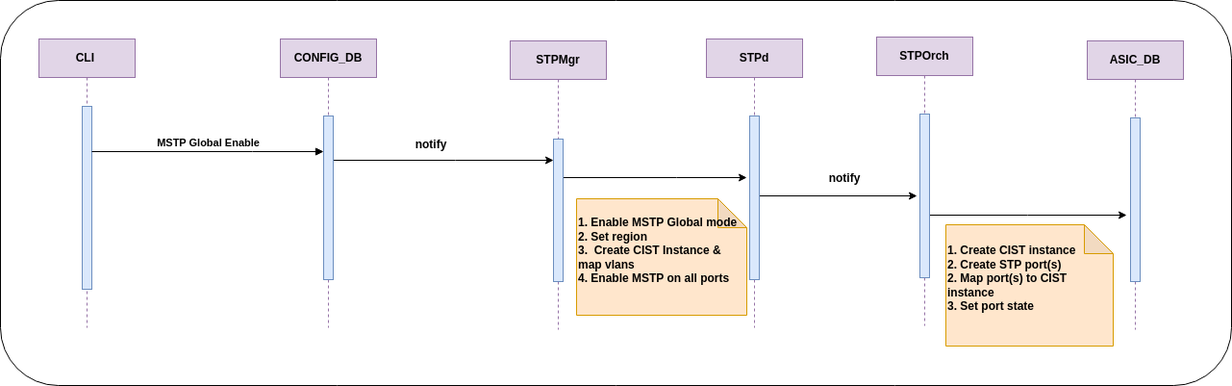
Above: doc/MSTP/images/MSTP_GLobal_enable.drawio.png in sonic-net/SONiC (draw.io), before the change. Source tidied: cells renumbered, new cells last; positions are measured from the earlier drawing's top-left corner, leaving out a move shared by most shapes.
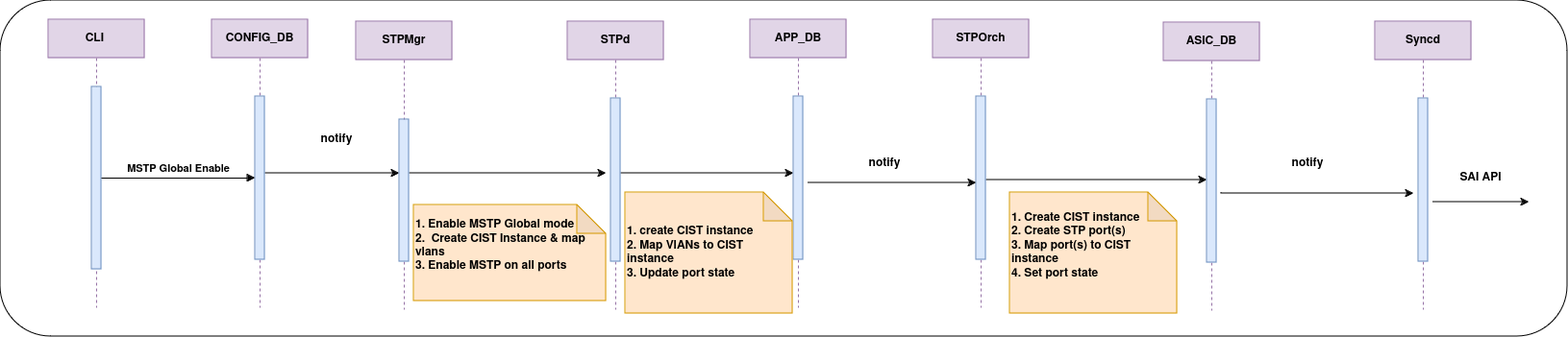
The same file after the commit.

Change to the diagram source:
```diff
@@ -3,7 +3,7 @@
     <mxCell id="0" />
     <mxCell id="1" parent="0" />
     <mxCell id="2" style="rounded=1;whiteSpace=wrap;html=1;" parent="1" vertex="1">
-      <mxGeometry width="1280" height="400" as="geometry" />
+      <mxGeometry x="-10" y="20" width="1630" height="350" as="geometry" />
     </mxCell>
     <mxCell id="3" value="CLI&amp;nbsp;" style="shape=umlLifeline;perimeter=lifelinePerimeter;whiteSpace=wrap;html=1;newEdgeStyle={&quot;edgeStyle&quot;:&quot;elbowEdgeStyle&quot;,&quot;elbow&quot;:&quot;vertical&quot;,&quot;curved&quot;:0,&quot;rounded&quot;:0};fillColor=#e1d5e7;strokeColor=#9673a6;fontStyle=1;" parent="1" vertex="1">
       <mxGeometry x="40" y="40" width="100" height="300" as="geometry" />
@@ -14,12 +14,13 @@
     <mxCell id="5" style="edgeStyle=elbowEdgeStyle;rounded=0;jettySize=auto;html=1;elbow=vertical;curved=0;fontStyle=1;" parent="1" edge="1" source="6" target="11">
       <mxGeometry relative="1" as="geometry">
         <Array as="points">
+          <mxPoint x="390" y="200" />
           <mxPoint x="473" y="166" />
         </Array>
       </mxGeometry>
     </mxCell>
     <mxCell id="6" value="CONFIG_DB" style="shape=umlLifeline;perimeter=lifelinePerimeter;whiteSpace=wrap;html=1;outlineConnect=0;portConstraint=eastwest;newEdgeStyle={&quot;edgeStyle&quot;:&quot;elbowEdgeStyle&quot;,&quot;elbow&quot;:&quot;vertical&quot;,&quot;curved&quot;:0,&quot;rounded&quot;:0};fillColor=#e1d5e7;strokeColor=#9673a6;fontStyle=1;" parent="1" vertex="1">
-      <mxGeometry x="291" y="40" width="100" height="300" as="geometry" />
+      <mxGeometry x="210" y="40" width="100" height="300" as="geometry" />
     </mxCell>
     <mxCell id="7" style="html=1;points=[];perimeter=orthogonalPerimeter;outlineConnect=0;targetShapes=umlLifeline;portConstraint=eastwest;newEdgeStyle={&quot;edgeStyle&quot;:&quot;elbowEdgeStyle&quot;,&quot;elbow&quot;:&quot;vertical&quot;,&quot;curved&quot;:0,&quot;rounded&quot;:0};fillColor=#dae8fc;strokeColor=#6c8ebf;fontStyle=1;" parent="6" vertex="1">
       <mxGeometry x="45" y="80" width="10" height="170" as="geometry" />
@@ -32,57 +33,95 @@
         </Array>
       </mxGeometry>
     </mxCell>
-    <mxCell id="9" style="edgeStyle=elbowEdgeStyle;rounded=0;jettySize=auto;html=1;elbow=vertical;curved=0;fontStyle=1;" parent="1" edge="1" source="10">
+    <mxCell id="9" style="edgeStyle=elbowEdgeStyle;rounded=0;jettySize=auto;html=1;elbow=vertical;curved=0;fontStyle=1;" parent="1" edge="1" source="11">
       <mxGeometry relative="1" as="geometry">
-        <mxPoint x="776" y="184" as="targetPoint" />
+        <mxPoint x="620" y="200" as="targetPoint" />
       </mxGeometry>
     </mxCell>
     <mxCell id="10" value="STPMgr" style="shape=umlLifeline;perimeter=lifelinePerimeter;whiteSpace=wrap;html=1;outlineConnect=0;portConstraint=eastwest;newEdgeStyle={&quot;edgeStyle&quot;:&quot;elbowEdgeStyle&quot;,&quot;elbow&quot;:&quot;vertical&quot;,&quot;curved&quot;:0,&quot;rounded&quot;:0};fillColor=#e1d5e7;strokeColor=#9673a6;fontStyle=1;" parent="1" vertex="1">
-      <mxGeometry x="530" y="42" width="100" height="300" as="geometry" />
+      <mxGeometry x="360" y="42" width="100" height="300" as="geometry" />
     </mxCell>
     <mxCell id="11" style="html=1;points=[];perimeter=orthogonalPerimeter;outlineConnect=0;targetShapes=umlLifeline;portConstraint=eastwest;newEdgeStyle={&quot;edgeStyle&quot;:&quot;elbowEdgeStyle&quot;,&quot;elbow&quot;:&quot;vertical&quot;,&quot;curved&quot;:0,&quot;rounded&quot;:0};fillColor=#dae8fc;strokeColor=#6c8ebf;fontStyle=1;" parent="10" vertex="1">
       <mxGeometry x="45" y="102" width="10" height="148" as="geometry" />
     </mxCell>
-    <mxCell id="12" style="edgeStyle=elbowEdgeStyle;rounded=0;jettySize=auto;html=1;elbow=vertical;curved=0;fontStyle=1;" parent="1" edge="1" source="13">
+    <mxCell id="12" style="edgeStyle=elbowEdgeStyle;rounded=0;jettySize=auto;html=1;elbow=vertical;curved=0;fontStyle=1;" parent="1" edge="1" source="14">
       <mxGeometry relative="1" as="geometry">
-        <mxPoint x="953" y="203" as="targetPoint" />
+        <mxPoint x="815" y="200" as="targetPoint" />
       </mxGeometry>
     </mxCell>
     <mxCell id="13" value="STPd" style="shape=umlLifeline;perimeter=lifelinePerimeter;whiteSpace=wrap;html=1;outlineConnect=0;portConstraint=eastwest;newEdgeStyle={&quot;edgeStyle&quot;:&quot;elbowEdgeStyle&quot;,&quot;elbow&quot;:&quot;vertical&quot;,&quot;curved&quot;:0,&quot;rounded&quot;:0};fillColor=#e1d5e7;strokeColor=#9673a6;fontStyle=1;" parent="1" vertex="1">
-      <mxGeometry x="734" y="40" width="100" height="300" as="geometry" />
+      <mxGeometry x="580" y="42" width="100" height="300" as="geometry" />
     </mxCell>
     <mxCell id="14" style="html=1;points=[];perimeter=orthogonalPerimeter;outlineConnect=0;targetShapes=umlLifeline;portConstraint=eastwest;newEdgeStyle={&quot;edgeStyle&quot;:&quot;elbowEdgeStyle&quot;,&quot;elbow&quot;:&quot;vertical&quot;,&quot;curved&quot;:0,&quot;rounded&quot;:0};fillColor=#dae8fc;strokeColor=#6c8ebf;fontStyle=1;" parent="13" vertex="1">
       <mxGeometry x="45" y="80" width="10" height="170" as="geometry" />
     </mxCell>
-    <mxCell id="15" style="edgeStyle=elbowEdgeStyle;rounded=0;orthogonalLoop=1;jettySize=auto;html=1;elbow=vertical;curved=0;fontStyle=1;" parent="1" edge="1">
-      <mxGeometry relative="1" as="geometry">
-        <mxPoint x="965" y="223" as="sourcePoint" />
-        <mxPoint x="1171" y="223" as="targetPoint" />
-      </mxGeometry>
+    <mxCell id="15" style="edgeStyle=elbowEdgeStyle;rounded=0;jettySize=auto;html=1;elbow=vertical;curved=0;fontStyle=1;" parent="1" edge="1" source="17" target="30">
+      <mxGeometry relative="1" as="geometry" />
     </mxCell>
     <mxCell id="16" value="STPOrch" style="shape=umlLifeline;perimeter=lifelinePerimeter;whiteSpace=wrap;html=1;newEdgeStyle={&quot;edgeStyle&quot;:&quot;elbowEdgeStyle&quot;,&quot;elbow&quot;:&quot;vertical&quot;,&quot;curved&quot;:0,&quot;rounded&quot;:0};fillColor=#e1d5e7;strokeColor=#9673a6;fontStyle=1;" parent="1" vertex="1">
-      <mxGeometry x="911" y="38" width="100" height="300" as="geometry" />
+      <mxGeometry x="960" y="40" width="100" height="300" as="geometry" />
     </mxCell>
     <mxCell id="17" style="html=1;points=[];perimeter=orthogonalPerimeter;outlineConnect=0;targetShapes=umlLifeline;portConstraint=eastwest;newEdgeStyle={&quot;edgeStyle&quot;:&quot;elbowEdgeStyle&quot;,&quot;elbow&quot;:&quot;vertical&quot;,&quot;curved&quot;:0,&quot;rounded&quot;:0};fillColor=#dae8fc;strokeColor=#6c8ebf;fontStyle=1;" parent="16" vertex="1">
       <mxGeometry x="45" y="80" width="10" height="170" as="geometry" />
     </mxCell>
-    <mxCell id="18" value="ASIC_DB" style="shape=umlLifeline;perimeter=lifelinePerimeter;whiteSpace=wrap;html=1;newEdgeStyle={&quot;edgeStyle&quot;:&quot;elbowEdgeStyle&quot;,&quot;elbow&quot;:&quot;vertical&quot;,&quot;curved&quot;:0,&quot;rounded&quot;:0};fillColor=#e1d5e7;strokeColor=#9673a6;fontStyle=1;" parent="1" vertex="1">
-      <mxGeometry x="1130" y="42" width="100" height="300" as="geometry" />
+    <mxCell id="18" value="Syncd" style="shape=umlLifeline;perimeter=lifelinePerimeter;whiteSpace=wrap;html=1;newEdgeStyle={&quot;edgeStyle&quot;:&quot;elbowEdgeStyle&quot;,&quot;elbow&quot;:&quot;vertical&quot;,&quot;curved&quot;:0,&quot;rounded&quot;:0};fillColor=#e1d5e7;strokeColor=#9673a6;fontStyle=1;" parent="1" vertex="1">
+      <mxGeometry x="1420" y="42" width="100" height="300" as="geometry" />
     </mxCell>
     <mxCell id="19" style="html=1;perimeter=orthogonalPerimeter;targetShapes=umlLifeline;newEdgeStyle={&quot;edgeStyle&quot;:&quot;elbowEdgeStyle&quot;,&quot;elbow&quot;:&quot;vertical&quot;,&quot;curved&quot;:0,&quot;rounded&quot;:0};fillColor=#dae8fc;strokeColor=#6c8ebf;fontStyle=1;" parent="18" vertex="1">
       <mxGeometry x="45" y="80" width="10" height="170" as="geometry" />
     </mxCell>
     <mxCell id="20" value="notify" style="text;html=1;align=center;verticalAlign=middle;whiteSpace=wrap;rounded=0;fontStyle=1;" parent="1" vertex="1">
-      <mxGeometry x="418" y="135" width="60" height="30" as="geometry" />
+      <mxGeometry x="310" y="150" width="60" height="30" as="geometry" />
     </mxCell>
-    <mxCell id="21" value="&lt;span style=&quot;font-family: Helvetica, &amp;quot;VP Default&amp;quot;;&quot;&gt;1. Enable MSTP Global mode&amp;nbsp; 2. Set region&amp;nbsp; &amp;nbsp; &amp;nbsp; &amp;nbsp; &amp;nbsp; &amp;nbsp; &amp;nbsp; &amp;nbsp; &amp;nbsp; &amp;nbsp; &amp;nbsp; &amp;nbsp; &amp;nbsp; &amp;nbsp;&amp;nbsp;&lt;/span&gt;&lt;div&gt;&lt;span style=&quot;font-family: Helvetica, &amp;quot;VP Default&amp;quot;;&quot;&gt;3.&amp;nbsp; Create CIST Instance &amp;amp; map vlans&amp;nbsp;&amp;nbsp;&lt;/span&gt;&lt;/div&gt;&lt;div&gt;&lt;span style=&quot;font-family: Helvetica, &amp;quot;VP Default&amp;quot;;&quot;&gt;4. Enable MSTP on all ports&amp;nbsp; &amp;nbsp; &amp;nbsp; &amp;nbsp; &amp;nbsp; &amp;nbsp; &amp;nbsp; &amp;nbsp; &amp;nbsp; &amp;nbsp; &amp;nbsp; &amp;nbsp; &amp;nbsp; &amp;nbsp; &amp;nbsp; &amp;nbsp; &amp;nbsp; &amp;nbsp; &amp;nbsp; &amp;nbsp; &amp;nbsp; &amp;nbsp; &amp;nbsp; &amp;nbsp;&lt;/span&gt;&lt;/div&gt;" style="shape=note;whiteSpace=wrap;html=1;backgroundOutline=1;darkOpacity=0.05;align=left;fillColor=#ffe6cc;strokeColor=#d79b00;fontStyle=1;" parent="1" vertex="1">
-      <mxGeometry x="599" y="206" width="177" height="121" as="geometry" />
+    <mxCell id="21" value="&lt;span style=&quot;font-family: Helvetica, &amp;quot;VP Default&amp;quot;;&quot;&gt;1. Enable MSTP Global mode&lt;/span&gt;&lt;span style=&quot;font-family: Helvetica, &amp;quot;VP Default&amp;quot;;&quot;&gt;&amp;nbsp;&amp;nbsp; &amp;nbsp; &amp;nbsp; &amp;nbsp;&amp;nbsp; &lt;/span&gt;&lt;br&gt;&lt;div&gt;&lt;div&gt;&lt;span style=&quot;font-family: Helvetica, &amp;quot;VP Default&amp;quot;;&quot;&gt;2.&amp;nbsp; Create CIST Instance &amp;amp; map vlans&amp;nbsp;&amp;nbsp;&lt;/span&gt;&lt;/div&gt;&lt;div&gt;&lt;span style=&quot;font-family: Helvetica, &amp;quot;VP Default&amp;quot;;&quot;&gt;3. Enable MSTP on all ports&amp;nbsp; &amp;nbsp; &amp;nbsp; &amp;nbsp; &amp;nbsp; &amp;nbsp; &amp;nbsp; &amp;nbsp; &amp;nbsp; &amp;nbsp; &amp;nbsp; &amp;nbsp; &amp;nbsp; &amp;nbsp; &amp;nbsp; &amp;nbsp; &amp;nbsp; &amp;nbsp; &amp;nbsp; &amp;nbsp; &amp;nbsp; &amp;nbsp; &amp;nbsp; &amp;nbsp;&lt;/span&gt;&lt;/div&gt;&lt;/div&gt;" style="shape=note;whiteSpace=wrap;html=1;backgroundOutline=1;darkOpacity=0.05;align=left;fillColor=#ffe6cc;strokeColor=#d79b00;fontStyle=1;" parent="1" vertex="1">
+      <mxGeometry x="420" y="233" width="200" height="100" as="geometry" />
     </mxCell>
-    <mxCell id="22" value="notify" style="text;html=1;align=center;verticalAlign=middle;whiteSpace=wrap;rounded=0;fontStyle=1;" parent="1" vertex="1">
-      <mxGeometry x="848" y="170" width="60" height="30" as="geometry" />
-    </mxCell>
-    <mxCell id="23" value="&lt;span style=&quot;font-family: Helvetica, &amp;quot;VP Default&amp;quot;;&quot;&gt;1. Create CIST instance&lt;/span&gt;&lt;div&gt;&lt;div&gt;&lt;span style=&quot;font-family: Helvetica, &amp;quot;VP Default&amp;quot;;&quot;&gt;2. Create STP port(s)&amp;nbsp; &amp;nbsp; &amp;nbsp; &amp;nbsp; &amp;nbsp; &amp;nbsp; &amp;nbsp; &amp;nbsp; 2. Map port(s) to CIST instance&amp;nbsp; &amp;nbsp; &amp;nbsp; &amp;nbsp; &amp;nbsp; &amp;nbsp; &amp;nbsp; &amp;nbsp; &amp;nbsp; &amp;nbsp; &amp;nbsp; &amp;nbsp; &amp;nbsp; &amp;nbsp; &amp;nbsp; &amp;nbsp; &amp;nbsp; &amp;nbsp; 3. Set port state&amp;nbsp; &amp;nbsp; &amp;nbsp; &amp;nbsp; &amp;nbsp; &amp;nbsp; &amp;nbsp; &amp;nbsp; &amp;nbsp; &amp;nbsp; &amp;nbsp; &amp;nbsp; &amp;nbsp; &amp;nbsp; &amp;nbsp; &amp;nbsp; &amp;nbsp; &amp;nbsp; &amp;nbsp; &amp;nbsp;&amp;nbsp;&lt;/span&gt;&lt;/div&gt;&lt;/div&gt;" style="shape=note;whiteSpace=wrap;html=1;backgroundOutline=1;darkOpacity=0.05;align=left;fillColor=#ffe6cc;strokeColor=#d79b00;fontStyle=1;" parent="1" vertex="1">
-      <mxGeometry x="983" y="233" width="174" height="126" as="geometry" />
+    <mxCell id="23" value="&lt;span style=&quot;font-family: Helvetica, &amp;quot;VP Default&amp;quot;;&quot;&gt;1. Create CIST instance&lt;/span&gt;&lt;div&gt;&lt;div&gt;&lt;span style=&quot;font-family: Helvetica, &amp;quot;VP Default&amp;quot;;&quot;&gt;2. Create STP port(s)&amp;nbsp; &amp;nbsp; &amp;nbsp; &amp;nbsp; &amp;nbsp; &amp;nbsp; &amp;nbsp; &amp;nbsp; 3. Map port(s) to CIST instance&amp;nbsp; &amp;nbsp; &amp;nbsp; &amp;nbsp; &amp;nbsp; &amp;nbsp; &amp;nbsp; &amp;nbsp; &amp;nbsp; &amp;nbsp; &amp;nbsp; &amp;nbsp; &amp;nbsp; &amp;nbsp; &amp;nbsp; &amp;nbsp; &amp;nbsp; &amp;nbsp; 4. Set port state&amp;nbsp; &amp;nbsp; &amp;nbsp; &amp;nbsp; &amp;nbsp; &amp;nbsp; &amp;nbsp; &amp;nbsp; &amp;nbsp; &amp;nbsp; &amp;nbsp; &amp;nbsp; &amp;nbsp; &amp;nbsp; &amp;nbsp; &amp;nbsp; &amp;nbsp; &amp;nbsp; &amp;nbsp; &amp;nbsp;&amp;nbsp;&lt;/span&gt;&lt;/div&gt;&lt;/div&gt;" style="shape=note;whiteSpace=wrap;html=1;backgroundOutline=1;darkOpacity=0.05;align=left;fillColor=#ffe6cc;strokeColor=#d79b00;fontStyle=1;" parent="1" vertex="1">
+      <mxGeometry x="1040" y="220" width="174" height="126" as="geometry" />
     </mxCell>
+    <mxCell id="24" style="edgeStyle=elbowEdgeStyle;rounded=0;jettySize=auto;html=1;elbow=vertical;curved=0;fontStyle=1;" parent="1" edge="1" target="17">
+      <mxGeometry relative="1" as="geometry">
+        <mxPoint x="830" y="210" as="sourcePoint" />
+        <Array as="points">
+          <mxPoint x="840" y="210" />
+        </Array>
+      </mxGeometry>
+    </mxCell>
+    <mxCell id="25" value="notify" style="text;html=1;align=center;verticalAlign=middle;whiteSpace=wrap;rounded=0;fontStyle=1;" parent="1" vertex="1">
+      <mxGeometry x="880" y="175" width="60" height="30" as="geometry" />
+    </mxCell>
+    <mxCell id="26" value="APP_DB" style="shape=umlLifeline;perimeter=lifelinePerimeter;whiteSpace=wrap;html=1;newEdgeStyle={&quot;edgeStyle&quot;:&quot;elbowEdgeStyle&quot;,&quot;elbow&quot;:&quot;vertical&quot;,&quot;curved&quot;:0,&quot;rounded&quot;:0};fillColor=#e1d5e7;strokeColor=#9673a6;fontStyle=1;" parent="1" vertex="1">
+      <mxGeometry x="770" y="40" width="100" height="300" as="geometry" />
+    </mxCell>
+    <mxCell id="27" style="html=1;perimeter=orthogonalPerimeter;targetShapes=umlLifeline;newEdgeStyle={&quot;edgeStyle&quot;:&quot;elbowEdgeStyle&quot;,&quot;elbow&quot;:&quot;vertical&quot;,&quot;curved&quot;:0,&quot;rounded&quot;:0};fillColor=#dae8fc;strokeColor=#6c8ebf;fontStyle=1;" parent="26" vertex="1">
+      <mxGeometry x="45" y="80" width="10" height="170" as="geometry" />
+    </mxCell>
+    <mxCell id="28" value="&lt;span style=&quot;font-family: Helvetica, &amp;quot;VP Default&amp;quot;;&quot;&gt;&lt;br&gt;&lt;/span&gt;&lt;div&gt;&lt;div&gt;&lt;span style=&quot;font-family: Helvetica, &amp;quot;VP Default&amp;quot;;&quot;&gt;1. create CIST instance&lt;br&gt;2. Map VlANs to CIST instance&lt;br&gt;3. Update port state&amp;nbsp; &amp;nbsp; &amp;nbsp; &amp;nbsp; &amp;nbsp; &amp;nbsp; &amp;nbsp; &amp;nbsp; &amp;nbsp; &amp;nbsp; &amp;nbsp; &amp;nbsp; &amp;nbsp; &amp;nbsp; &amp;nbsp; &amp;nbsp; &amp;nbsp; &amp;nbsp; &amp;nbsp; &lt;br&gt;&lt;/span&gt;&lt;/div&gt;&lt;/div&gt;" style="shape=note;whiteSpace=wrap;html=1;backgroundOutline=1;darkOpacity=0.05;align=left;fillColor=#ffe6cc;strokeColor=#d79b00;fontStyle=1;" parent="1" vertex="1">
+      <mxGeometry x="640" y="220" width="174" height="126" as="geometry" />
+    </mxCell>
+    <mxCell id="29" value="ASIC_DB" style="shape=umlLifeline;perimeter=lifelinePerimeter;whiteSpace=wrap;html=1;newEdgeStyle={&quot;edgeStyle&quot;:&quot;elbowEdgeStyle&quot;,&quot;elbow&quot;:&quot;vertical&quot;,&quot;curved&quot;:0,&quot;rounded&quot;:0};fillColor=#e1d5e7;strokeColor=#9673a6;fontStyle=1;" parent="1" vertex="1">
+      <mxGeometry x="1200" y="43" width="100" height="300" as="geometry" />
+    </mxCell>
+    <mxCell id="30" style="html=1;points=[];perimeter=orthogonalPerimeter;outlineConnect=0;targetShapes=umlLifeline;portConstraint=eastwest;newEdgeStyle={&quot;edgeStyle&quot;:&quot;elbowEdgeStyle&quot;,&quot;elbow&quot;:&quot;vertical&quot;,&quot;curved&quot;:0,&quot;rounded&quot;:0};fillColor=#dae8fc;strokeColor=#6c8ebf;fontStyle=1;" parent="29" vertex="1">
+      <mxGeometry x="45" y="80" width="10" height="170" as="geometry" />
+    </mxCell>
+    <mxCell id="31" style="edgeStyle=elbowEdgeStyle;rounded=0;orthogonalLoop=1;jettySize=auto;html=1;elbow=vertical;curved=0;fontStyle=1;" parent="1" edge="1">
+      <mxGeometry relative="1" as="geometry">
+        <mxPoint x="1260" y="220" as="sourcePoint" />
+        <mxPoint x="1460" y="221" as="targetPoint" />
+      </mxGeometry>
+    </mxCell>
+    <mxCell id="32" value="notify" style="text;html=1;align=center;verticalAlign=middle;whiteSpace=wrap;rounded=0;fontStyle=1;" parent="1" vertex="1">
+      <mxGeometry x="1320" y="175" width="60" height="30" as="geometry" />
+    </mxCell>
+    <mxCell id="33" style="edgeStyle=elbowEdgeStyle;rounded=0;orthogonalLoop=1;jettySize=auto;html=1;elbow=vertical;curved=0;fontStyle=1;" parent="1" edge="1">
+      <mxGeometry relative="1" as="geometry">
+        <mxPoint x="1480" y="230" as="sourcePoint" />
+        <mxPoint x="1580" y="230" as="targetPoint" />
+      </mxGeometry>
+    </mxCell>
+    <mxCell id="34" value="SAI API" style="text;html=1;align=center;verticalAlign=middle;whiteSpace=wrap;rounded=0;fontStyle=1;" parent="1" vertex="1">
+      <mxGeometry x="1500" y="190" width="60" height="30" as="geometry" />
+    </mxCell>
   </root>
 </mxGraphModel>
```
